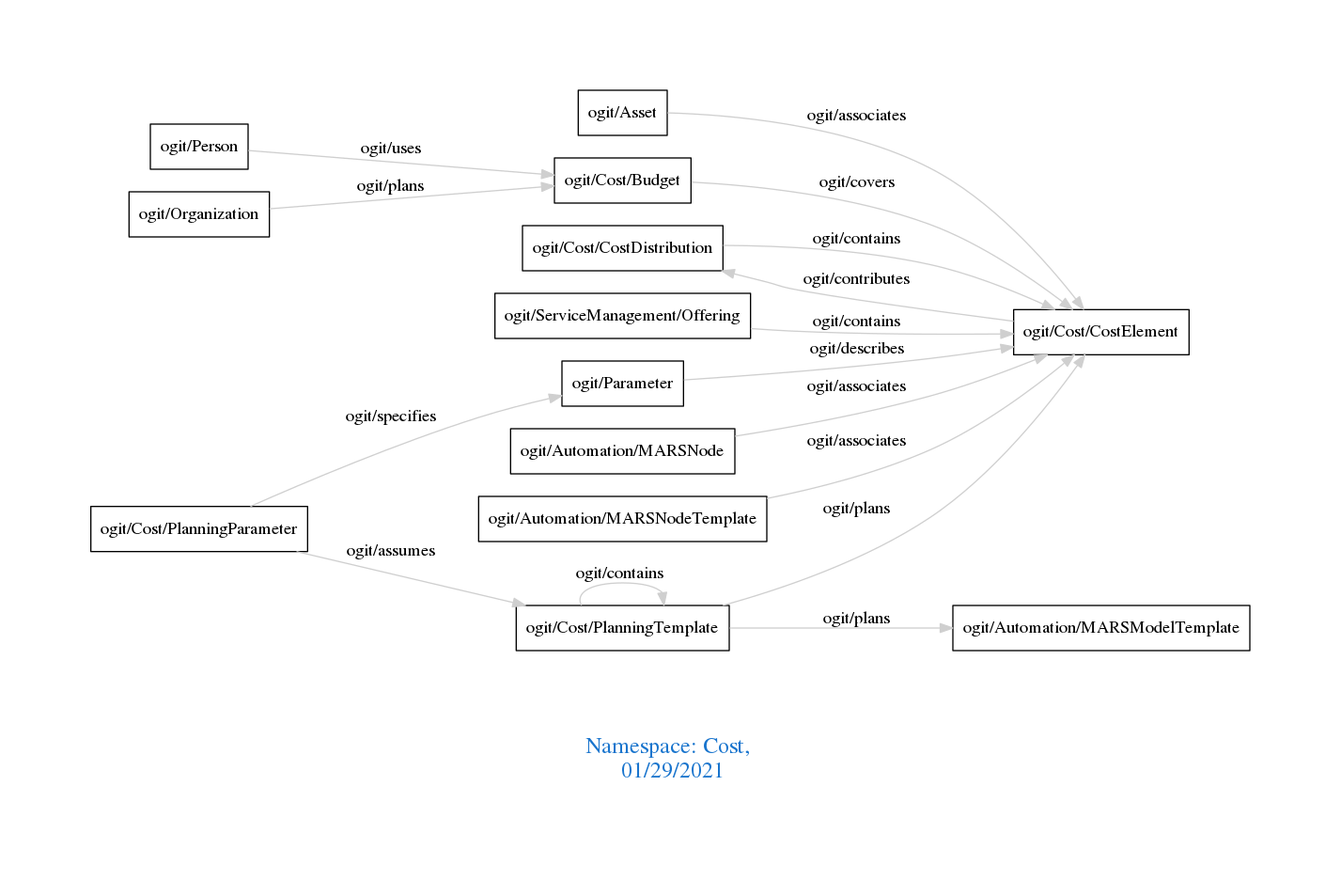
This is downloads/Cost.png from arago/OGIT, a Graphviz export, as it was before one commit. Its source is kept beside it as downloads/Cost.dot.
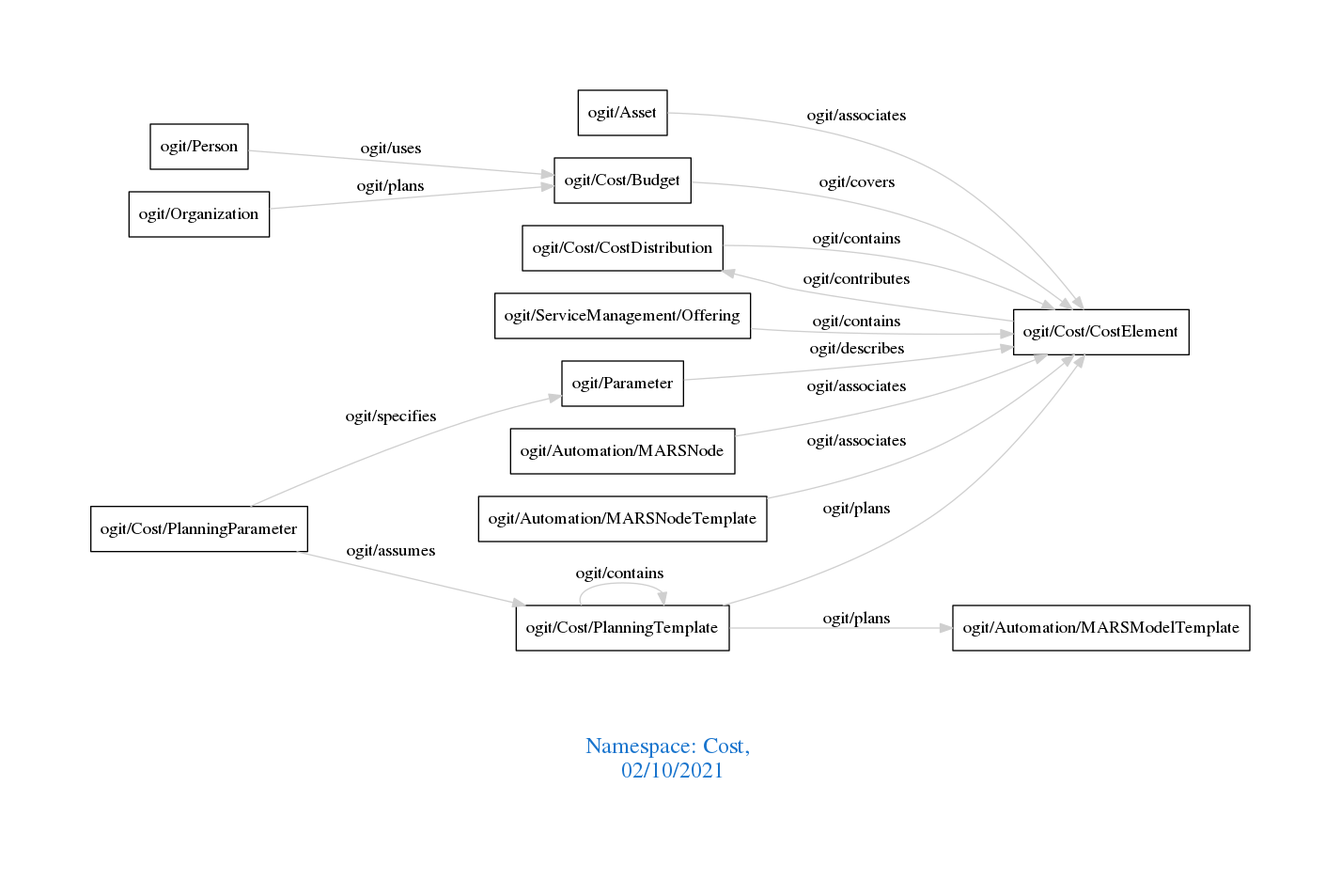
Later version of the same file.

The edit, as a diff of the source:
```diff
@@ -1,7 +1,7 @@
 digraph OGIT_ontology {
  graph [ rankdir= LR,pad=1
 fontsize = 18,
-fontcolor= dodgerblue3,label = "\n\n\nNamespace: Cost, \n 01/29/2021"];
+fontcolor= dodgerblue3,label = "\n\n\nNamespace: Cost, \n 02/10/2021"];
 node[shape=polygon];
 edge [  color="gray81"];
 
```
